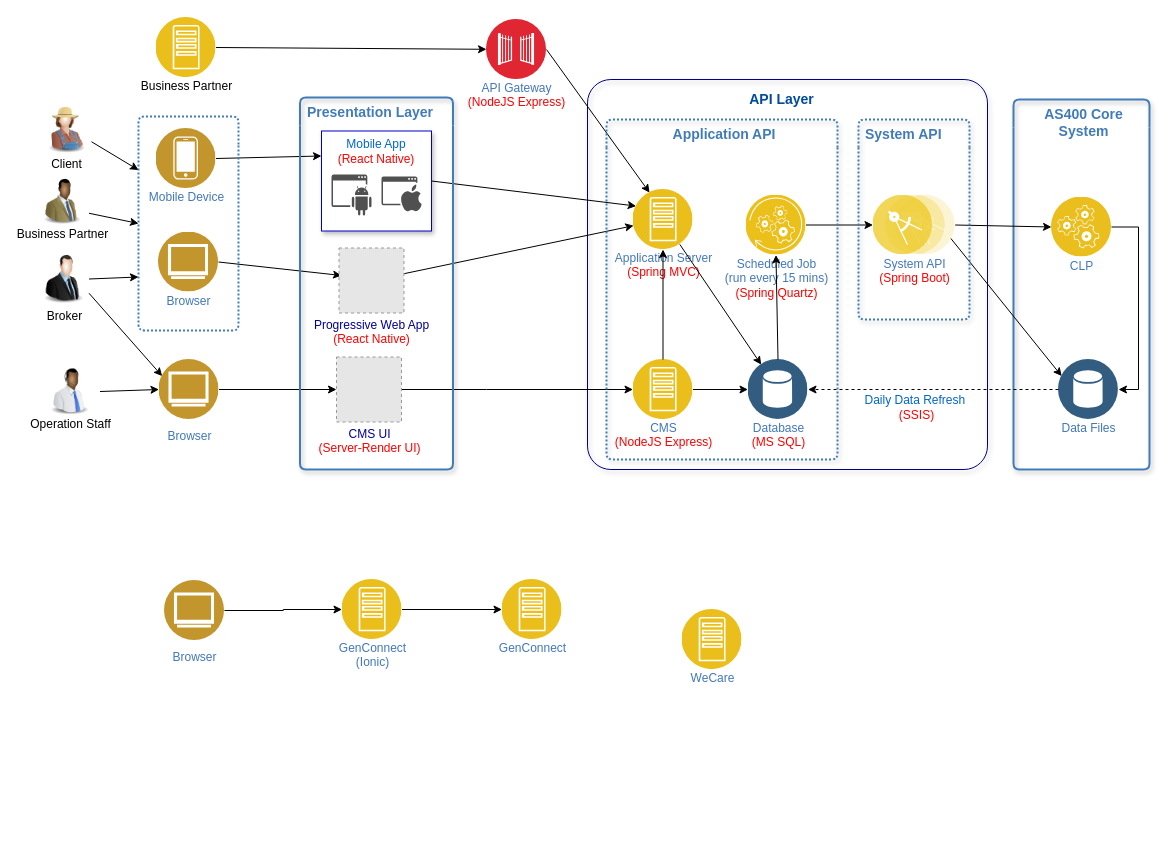
This is page "Logical Component" (1 of 2) of Bravo_Architecture (8).drawio from whalebig27/change-request-process-diagram, a draw.io file, before an edit. Source tidied: cells renumbered, new cells numbered last; positions are measured from the earlier drawing's top-left corner, leaving out a move shared by most shapes. Both pictures are drawn from the tidied source at 100%, with x=0, y=0 at pixel (36, 17). Pictures stored in the file or linked from it are replaced by grey dashed boxes.
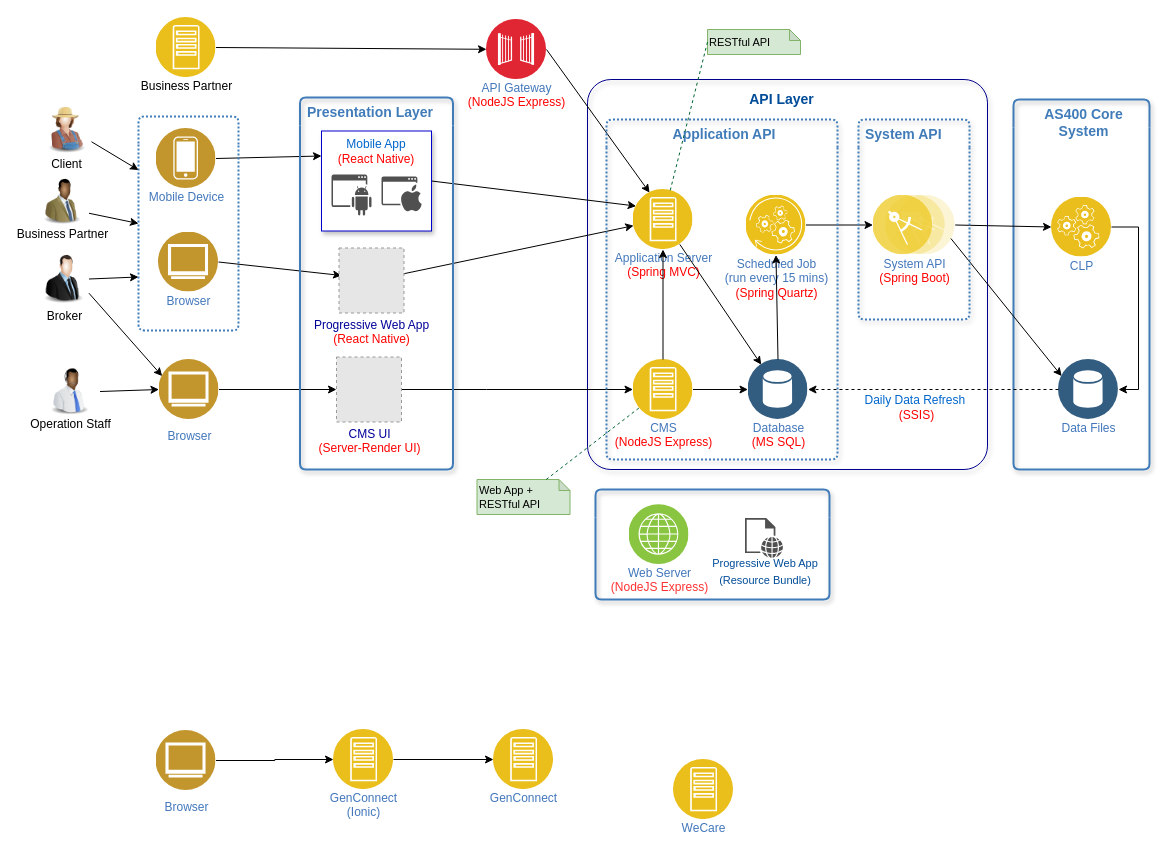
The same diagram, later.

Unchanged cells that the change refers to:
```xml
<mxCell id="35" value="&lt;font style=&quot;font-size: 12px&quot;&gt;Application Server&lt;br&gt;&lt;font color=&quot;#ff0000&quot;&gt;(Spring MVC)&lt;/font&gt;&lt;br&gt;&lt;/font&gt;" style="perimeter=ellipsePerimeter;html=1;align=center;shadow=0;dashed=0;fontColor=#4277BB;labelBackgroundColor=#ffffff;fontSize=12;spacingTop=-5;image;image=img/lib/ibm/applications/app_server.svg;" parent="34" vertex="1">
  <mxGeometry x="26.5" y="70" width="60" height="60" as="geometry" />
</mxCell>
<mxCell id="54" value="&lt;font style=&quot;font-size: 12px&quot;&gt;CMS&lt;br&gt;&lt;font color=&quot;#ff0000&quot;&gt;(NodeJS Express)&lt;/font&gt;&lt;br&gt;&lt;/font&gt;" style="perimeter=ellipsePerimeter;html=1;align=center;shadow=0;dashed=0;fontColor=#4277BB;labelBackgroundColor=#ffffff;fontSize=12;spacingTop=-5;image;image=img/lib/ibm/applications/app_server.svg;" parent="1" vertex="1">
  <mxGeometry x="596.5" y="342" width="60" height="60" as="geometry" />
</mxCell>
```

Diff of the diagram source:
```diff
@@
     <mxCell id="56" value="&lt;font style=&quot;font-size: 12px&quot;&gt;WeCare&lt;br&gt;&lt;/font&gt;" style="perimeter=ellipsePerimeter;html=1;align=center;shadow=0;dashed=0;fontColor=#4277BB;labelBackgroundColor=#ffffff;fontSize=12;spacingTop=-5;image;image=img/lib/ibm/applications/app_server.svg;" parent="1" vertex="1">
-      <mxGeometry x="645.5" y="592" width="60" height="60" as="geometry" />
+      <mxGeometry x="637" y="742" width="60" height="60" as="geometry" />
     </mxCell>
     <mxCell id="57" value="&lt;font style=&quot;font-size: 12px&quot;&gt;GenConnect&lt;br&gt;&lt;/font&gt;" style="perimeter=ellipsePerimeter;html=1;align=center;shadow=0;dashed=0;fontColor=#4277BB;labelBackgroundColor=#ffffff;fontSize=12;spacingTop=-5;image;image=img/lib/ibm/applications/app_server.svg;" parent="1" vertex="1">
-      <mxGeometry x="465.5" y="562" width="60" height="60" as="geometry" />
+      <mxGeometry x="457" y="712" width="60" height="60" as="geometry" />
     </mxCell>
@@
     <mxCell id="59" value="&lt;font style=&quot;font-size: 12px&quot;&gt;GenConnect&lt;br&gt;(Ionic)&lt;br&gt;&lt;/font&gt;" style="perimeter=ellipsePerimeter;html=1;align=center;shadow=0;dashed=0;fontColor=#4277BB;labelBackgroundColor=#ffffff;fontSize=12;spacingTop=-5;image;image=img/lib/ibm/applications/app_server.svg;" parent="1" vertex="1">
-      <mxGeometry x="305.5" y="562" width="60" height="60" as="geometry" />
+      <mxGeometry x="297" y="712" width="60" height="60" as="geometry" />
     </mxCell>
@@
     <mxCell id="61" value="Browser" style="perimeter=ellipsePerimeter;html=1;align=center;shadow=0;dashed=0;fontColor=#4277BB;labelBackgroundColor=#ffffff;fontSize=12;spacingTop=3;image;image=img/lib/ibm/users/browser.svg;" parent="1" vertex="1">
-      <mxGeometry x="128" y="563" width="60" height="60" as="geometry" />
+      <mxGeometry x="119.5" y="713" width="60" height="60" as="geometry" />
     </mxCell>
@@
+    <mxCell id="63" value="Web App + RESTful API" style="shape=note;whiteSpace=wrap;html=1;backgroundOutline=1;darkOpacity=0.05;size=11;fillColor=#d5e8d4;strokeColor=#82b366;fontSize=11;align=left;" parent="1" vertex="1">
+      <mxGeometry x="440.5" y="462" width="93" height="35" as="geometry" />
+    </mxCell>
+    <mxCell id="64" style="endArrow=none;dashed=1;html=1;fontSize=11;strokeColor=#006633;" parent="1" edge="1" source="63" target="54">
+      <mxGeometry relative="1" as="geometry" />
+    </mxCell>
+    <mxCell id="65" value="RESTful API" style="shape=note;whiteSpace=wrap;html=1;backgroundOutline=1;darkOpacity=0.05;size=11;fillColor=#d5e8d4;strokeColor=#82b366;fontSize=11;align=left;" parent="1" vertex="1">
+      <mxGeometry x="671" y="12" width="93" height="25" as="geometry" />
+    </mxCell>
+    <mxCell id="66" style="endArrow=none;dashed=1;html=1;fontSize=11;strokeColor=#006633;exitX=0;exitY=0.5;exitDx=0;exitDy=0;exitPerimeter=0;" parent="1" edge="1" source="65" target="35">
+      <mxGeometry relative="1" as="geometry" />
+    </mxCell>
+    <mxCell id="67" style="swimlane;fontStyle=0;horizontal=1;startSize=28;swimlaneLine=0;swimlaneFillColor=none;fillColor=none;rounded=1;whiteSpace=wrap;html=1;absoluteArcSize=1;arcSize=12;strokeColor=#417CB9;fontColor=#417CB9;verticalAlign=top;align=center;spacingLeft=5;dashed=0;strokeWidth=2;shadow=1;" parent="1" vertex="1">
+      <mxGeometry x="559" y="472" width="234" height="110" as="geometry" />
+    </mxCell>
+    <mxCell id="68" value="Web Server&lt;font color=&quot;#ff3333&quot;&gt;&lt;br&gt;(NodeJS Express)&lt;/font&gt;&lt;br&gt;" style="perimeter=ellipsePerimeter;html=1;align=center;shadow=0;dashed=0;fontColor=#4277BB;labelBackgroundColor=#ffffff;fontSize=12;spacingTop=-5;image;image=img/lib/ibm/infrastructure/channels.svg;dashPattern=1 1;strokeColor=#00008C;strokeWidth=2;fillColor=none;" parent="67" vertex="1">
+      <mxGeometry x="33.5" y="15" width="60" height="60" as="geometry" />
+    </mxCell>
+    <mxCell id="69" value="&lt;font style=&quot;font-size: 11px&quot;&gt;Progressive Web App (Resource Bundle)&lt;/font&gt;" style="text;html=1;strokeColor=none;fillColor=none;align=center;verticalAlign=middle;whiteSpace=wrap;rounded=0;shadow=1;dashed=1;dashPattern=1 1;fontSize=14;fontColor=#004C99;" parent="67" vertex="1">
+      <mxGeometry x="113" y="71" width="114" height="20" as="geometry" />
+    </mxCell>
+    <mxCell id="70" style="shadow=0;dashed=0;html=1;strokeColor=none;fillColor=#505050;labelPosition=center;verticalLabelPosition=bottom;verticalAlign=top;align=center;shape=mxgraph.office.concepts.web_page;dashPattern=1 1;fontSize=14;fontColor=#004C99;" parent="67" vertex="1">
+      <mxGeometry x="149.5" y="28.5" width="38" height="40" as="geometry" />
+    </mxCell>
```
